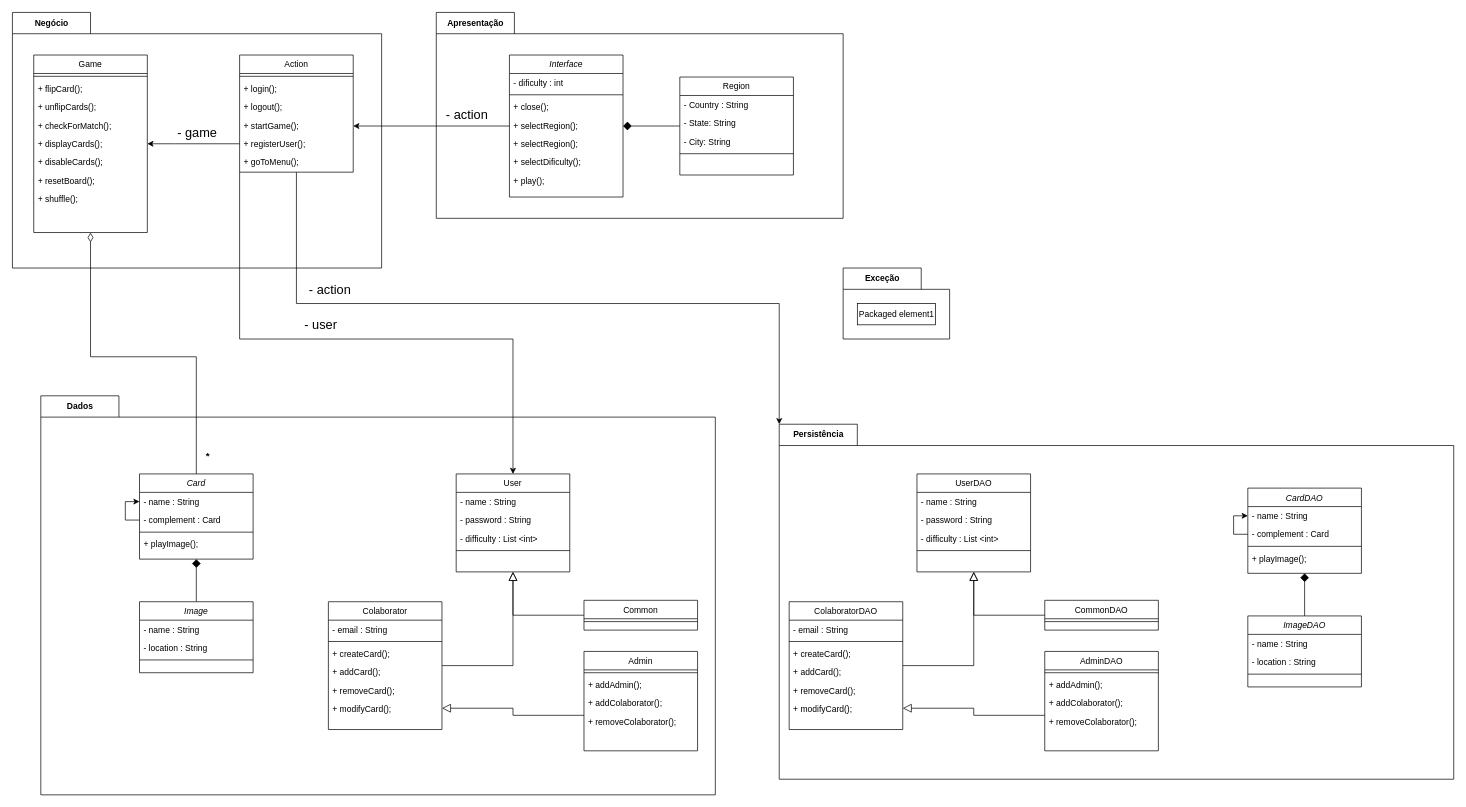
This is Final-Homework/AMS-Final-Homework-Class-Diagram.drawio from Stuepp/AMS, a draw.io file, before an edit. Source tidied: cells renumbered, new cells numbered last; positions are measured from the earlier drawing's top-left corner, leaving out a move shared by most shapes. Both pictures are drawn from the tidied source at 71%, with x=0, y=0 at pixel (12, 12).
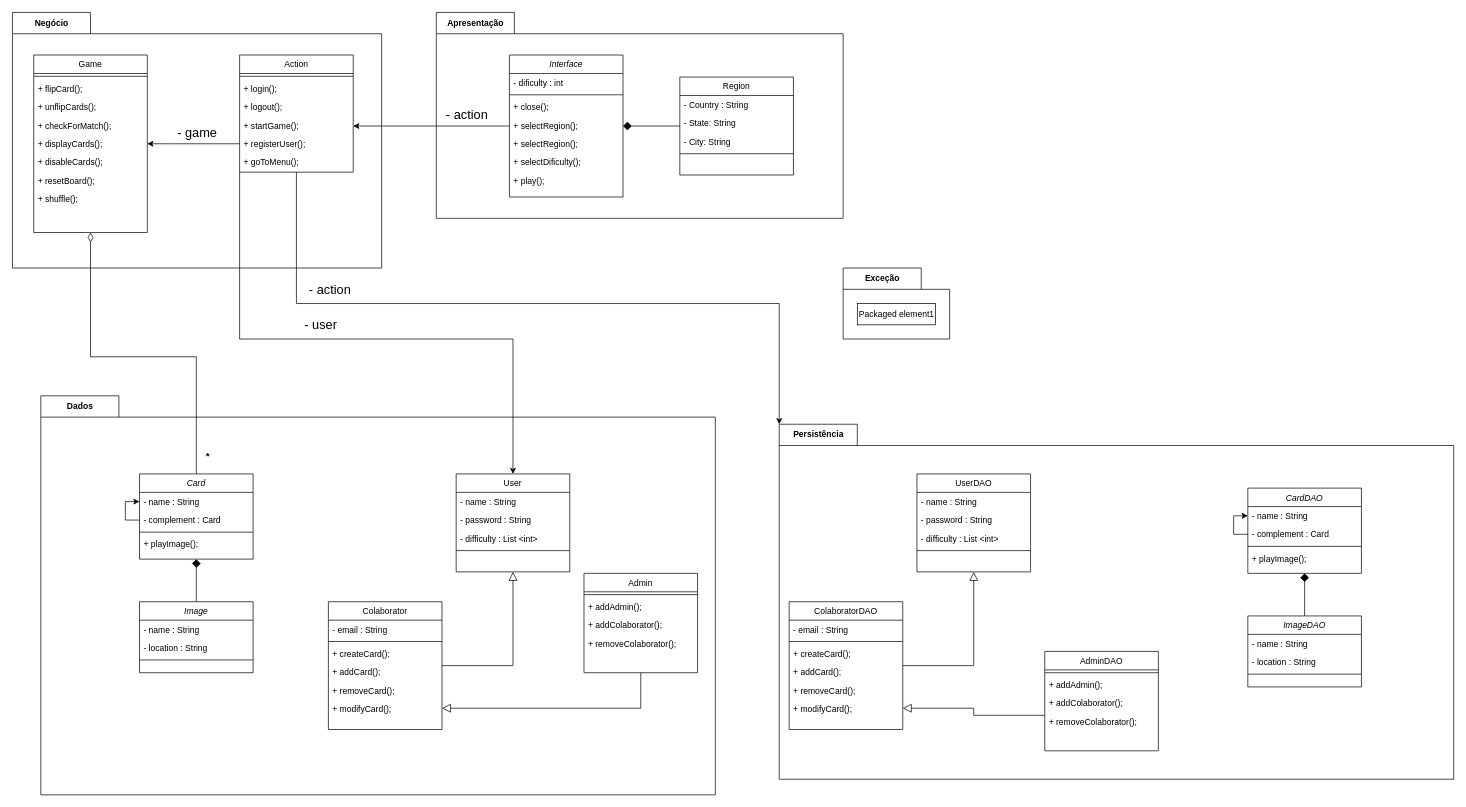
The same diagram, later.

Commit message (it also covers changes not shown here):
Class-Diagram

Unchanged cells that the change refers to:
```xml
<mxCell id="2" value="Dados" style="shape=folder;fontStyle=1;tabWidth=110;tabHeight=30;tabPosition=left;html=1;boundedLbl=1;labelInHeader=1;" parent="1" vertex="1">
  <mxGeometry x="40" y="540" width="950" height="562" as="geometry" />
</mxCell>
<mxCell id="4" value="Colaborator" style="swimlane;fontStyle=0;align=center;verticalAlign=top;horizontal=1;startSize=26;rounded=0;shadow=0;strokeWidth=1;" parent="2" vertex="1">
  <mxGeometry x="405" y="290" width="160" height="180" as="geometry" />
</mxCell>
<mxCell id="14" value="User" style="swimlane;fontStyle=0;align=center;verticalAlign=top;horizontal=1;startSize=26;rounded=0;shadow=0;strokeWidth=1;" parent="2" vertex="1">
  <mxGeometry x="585" y="110" width="160" height="138" as="geometry" />
</mxCell>
<mxCell id="71" value="Persistência" style="shape=folder;fontStyle=1;tabWidth=110;tabHeight=30;tabPosition=left;html=1;boundedLbl=1;labelInHeader=1;" parent="1" vertex="1">
  <mxGeometry x="1080" y="580" width="950" height="500" as="geometry" />
</mxCell>
<mxCell id="81" value="UserDAO" style="swimlane;fontStyle=0;align=center;verticalAlign=top;horizontal=1;startSize=26;rounded=0;shadow=0;strokeWidth=1;" parent="71" vertex="1">
  <mxGeometry x="194" y="70" width="160" height="138" as="geometry" />
</mxCell>
```

Change to the diagram source:
```diff
@@
-    <mxCell id="11" style="edgeStyle=orthogonalEdgeStyle;rounded=0;jettySize=auto;html=1;endArrow=block;endFill=0;endSize=10;" parent="2" edge="1" source="12" target="14">
-      <mxGeometry relative="1" as="geometry" />
-    </mxCell>
-    <mxCell id="12" value="Common" style="swimlane;fontStyle=0;align=center;verticalAlign=top;horizontal=1;startSize=26;rounded=0;shadow=0;strokeWidth=1;" parent="2" vertex="1">
-      <mxGeometry x="765" y="288" width="160" height="42" as="geometry" />
-    </mxCell>
-    <mxCell id="13" style="line;html=1;strokeWidth=1;align=left;verticalAlign=middle;spacingTop=-1;spacingLeft=3;spacingRight=3;labelPosition=right;" parent="12" vertex="1">
-      <mxGeometry y="26" width="160" height="8" as="geometry" />
-    </mxCell>
@@
     <mxCell id="19" style="edgeStyle=orthogonalEdgeStyle;rounded=0;jettySize=auto;html=1;fontSize=14;endArrow=block;endFill=0;endSize=10;" parent="2" edge="1" source="20" target="4">
       <mxGeometry relative="1" as="geometry">
         <Array as="points">
-          <mxPoint x="665" y="450" />
-          <mxPoint x="665" y="440" />
+          <mxPoint x="845" y="440" />
         </Array>
       </mxGeometry>
     </mxCell>
     <mxCell id="20" value="Admin" style="swimlane;fontStyle=0;align=center;verticalAlign=top;horizontal=1;startSize=26;rounded=0;shadow=0;strokeWidth=1;" parent="2" vertex="1">
-      <mxGeometry x="765" y="360" width="160" height="140" as="geometry" />
+      <mxGeometry x="765" y="250" width="160" height="140" as="geometry" />
     </mxCell>
@@
-    <mxCell id="79" value="CommonDAO" style="swimlane;fontStyle=0;align=center;verticalAlign=top;horizontal=1;startSize=26;rounded=0;shadow=0;strokeWidth=1;" parent="71" vertex="1">
-      <mxGeometry x="374" y="248" width="160" height="42" as="geometry" />
-    </mxCell>
-    <mxCell id="80" style="line;html=1;strokeWidth=1;align=left;verticalAlign=middle;spacingTop=-1;spacingLeft=3;spacingRight=3;labelPosition=right;" parent="79" vertex="1">
-      <mxGeometry y="26" width="160" height="8" as="geometry" />
-    </mxCell>
@@
-    <mxCell id="87" style="edgeStyle=orthogonalEdgeStyle;rounded=0;jettySize=auto;html=1;endArrow=block;endFill=0;endSize=10;" parent="71" edge="1" source="79" target="81">
-      <mxGeometry relative="1" as="geometry" />
-    </mxCell>
```
